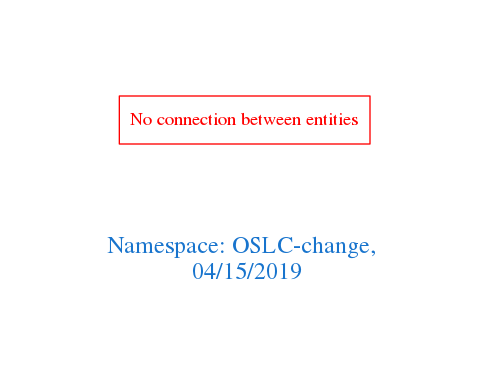
This is downloads/OSLC-change.png from arago/OGIT, a Graphviz export, as it was before one commit. Its source is kept beside it as downloads/OSLC-change.dot. Its diagram source:
```dot
digraph OGIT_ontology {
 graph [ rankdir= LR,pad=1
fontsize = 18,
fontcolor= dodgerblue3,label = "\n\n\nNamespace: OSLC-change, \n 04/15/2019"];
node[shape=polygon];
edge [  color="gray81"];

"No connection between entities" [fontcolor = "red",color="red", shape="polygon"]
}
```
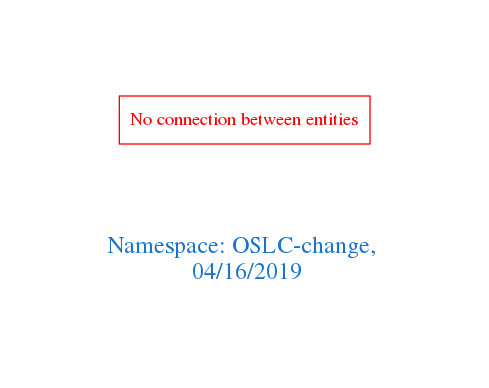
Above is the later version.

What changed in the source:
```diff
@@ -1,7 +1,7 @@
 digraph OGIT_ontology {
  graph [ rankdir= LR,pad=1
 fontsize = 18,
-fontcolor= dodgerblue3,label = "\n\n\nNamespace: OSLC-change, \n 04/15/2019"];
+fontcolor= dodgerblue3,label = "\n\n\nNamespace: OSLC-change, \n 04/16/2019"];
 node[shape=polygon];
 edge [  color="gray81"];
 
```
